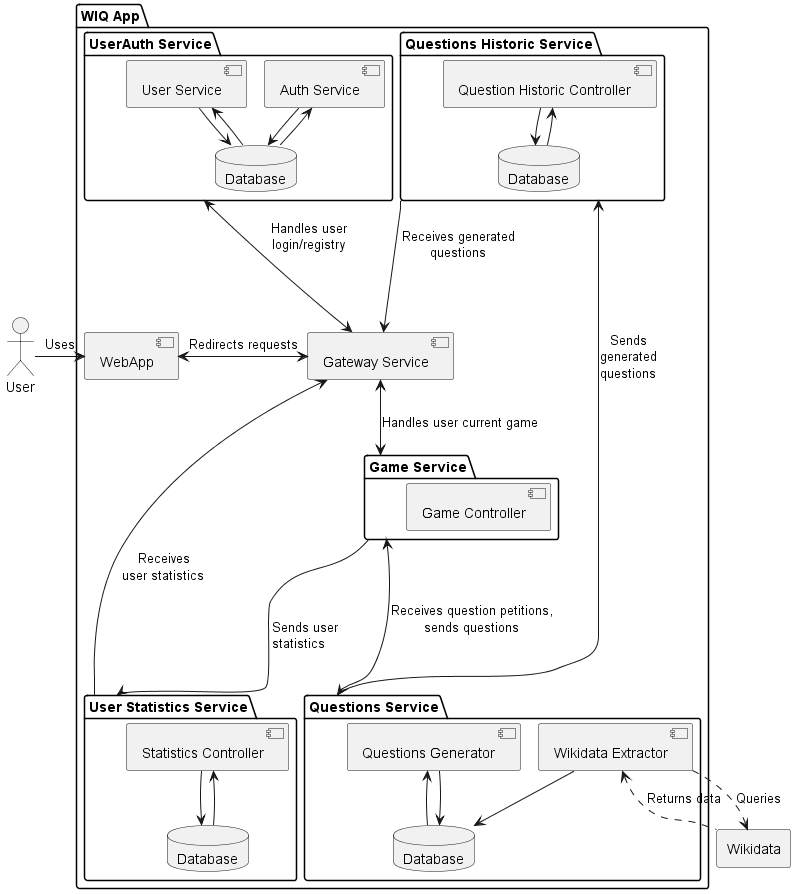
This is images/Level 3 Diagram.png from Arquisoft/wiq_es6c, a PlantUML export, as it was before one commit.
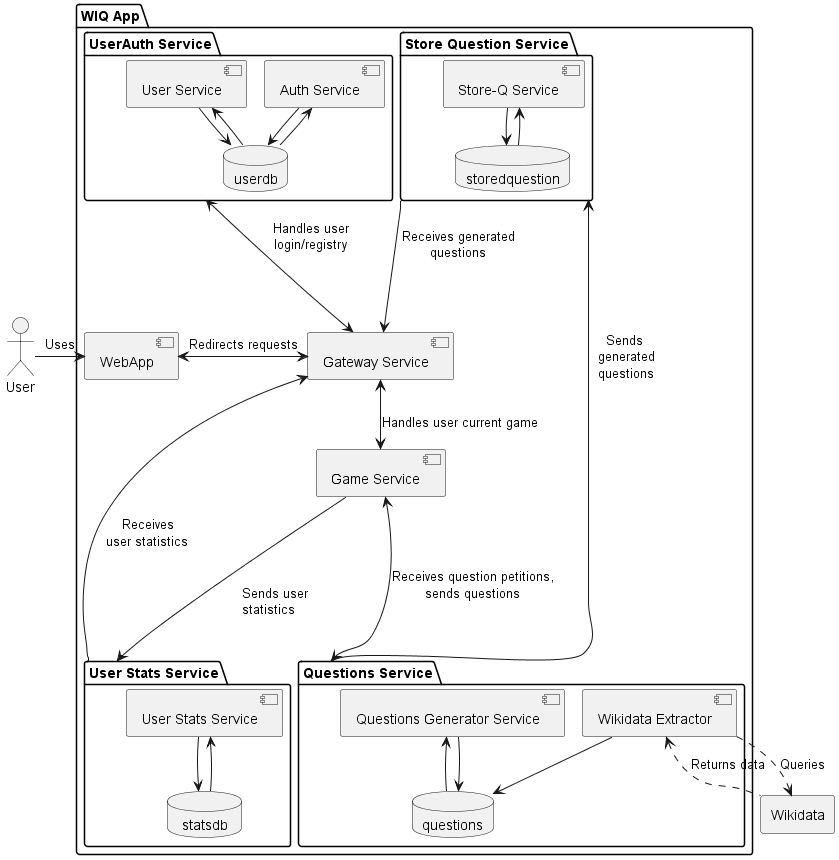
After the change.

What changed in the source:
```diff
@@ -9,28 +9,25 @@
     component "WebApp"
     component "Gateway Service" as GatewayS
 
-    package "Game Service" {
-        component "Game Controller"
+    component "Game Service"
+        package "Store Question Service" as QHS{
+        component "Store-Q Service" as QHController
+        database "storedquestion" as QhDB
     }
-
-    package "User Statistics Service" as USS {
-        component "Statistics Controller"
-        database "Database" as USDB
-    }
-
-    package "Questions Historic Service" as QHS{
-        component "Question Historic Controller" as QHController
-        database "Database" as QhDB
-    }
-    package "Questions Service"{
-        component "Wikidata Extractor"
-        component "Questions Generator"
-        database "Database" as QSDB
+    package "User Stats Service" as USS {
+        component "User Stats Service"
+        database " statsdb " as USDB
     }
     package "UserAuth Service" {
         component "Auth Service"
         component "User Service"
-        database "Database" as UADB
+        database "userdb" as UADB
+    }
+
+    package "Questions Service"{
+        component "Wikidata Extractor"
+        component "Questions Generator Service"
+        database "questions" as QSDB
     }
 }
 
@@ -38,25 +35,25 @@
 WebApp <-right-> GatewayS: Redirects requests
 
 GatewayS <--up--> "UserAuth Service" : "Handles user\nlogin/registry"
-GatewayS <-down-> "Game Service" : "Handles user current game\n"
+GatewayS <-down-> "Game Service" : "Handles user current game"
 GatewayS <--up-- "QHS" : "\nReceives generated\nquestions"
 GatewayS <--- "USS" : "Receives\t\t\t\nuser statistics\t\t\t"
 
 "Game Service" <---> "Questions Service" : "Receives question petitions,\nsends questions\n\n"
 "Game Service" ---> "USS" : "Sends user\t\nstatistics\t\t"
-"Questions Service" -up-> "QHS" : "Sends\ngenerated\nquestions"
+"Questions Service" -up-> "QHS" : " Sends\n  generated\n  questions"
 
 "Wikidata" .up.> "Wikidata Extractor" : "Returns data"
 "Wikidata" <.up. "Wikidata Extractor" : "Queries"
 "Wikidata Extractor" --> QSDB
-"Questions Generator" <-- QSDB
-"Questions Generator" --> QSDB
+"Questions Generator Service" <-- QSDB
+"Questions Generator Service" --> QSDB
 
 "QHController" --> QhDB
 "QHController" <-- QhDB
 
-"Statistics Controller" --> USDB
-"Statistics Controller" <-- USDB
+"User Stats Service" --> USDB
+"User Stats Service" <-- USDB
 
 "Auth Service" --> UADB
 "Auth Service" <-- UADB
```
